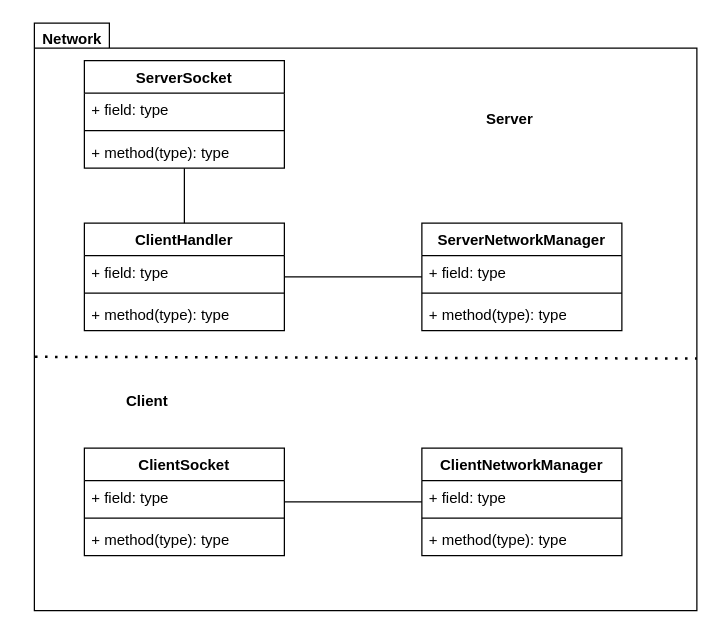
EliaDallanoce432/IS24-LB08 keeps this draw.io diagram as page "Network" (3 of 10) of Deliveries/UML.drawio. Above is the earlier version. Source tidied: cells renumbered, new cells numbered last; positions are measured from the earlier drawing's top-left corner, leaving out a move shared by most shapes. Both pictures are drawn from the tidied source at 125%, with x=0, y=0 at pixel (21, 22).
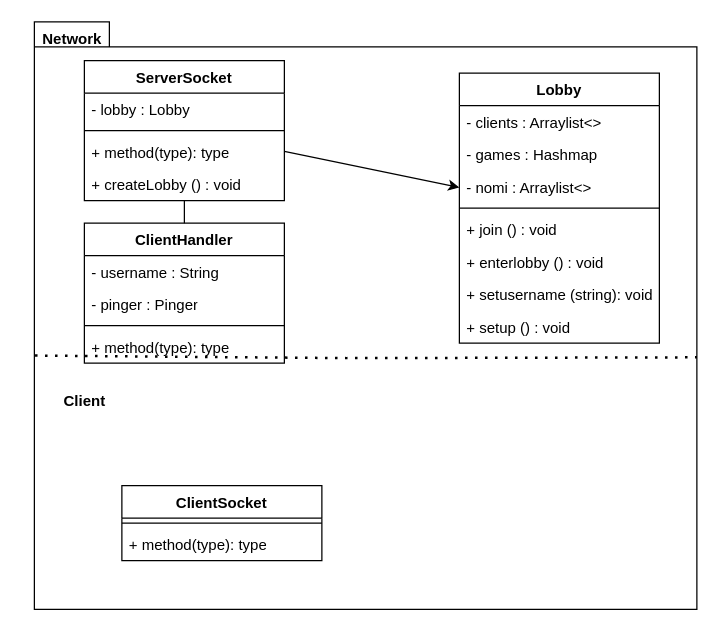
The same page after the edit.

Diff of the diagram source:
```diff
@@
     <mxCell id="2" style="shape=folder;fontStyle=1;spacingTop=10;tabWidth=60;tabHeight=20;tabPosition=left;html=1;whiteSpace=wrap;" parent="1" vertex="1">
-      <mxGeometry x="10" width="530" height="470" as="geometry" />
+      <mxGeometry x="10" y="-1" width="530" height="470" as="geometry" />
     </mxCell>
     <mxCell id="3" value="ServerSocket" style="swimlane;fontStyle=1;align=center;verticalAlign=top;horizontal=1;startSize=26;whiteSpace=wrap;html=1;" parent="1" vertex="1">
-      <mxGeometry x="50" y="30" width="160" height="86" as="geometry" />
+      <mxGeometry x="50" y="30" width="160" height="112" as="geometry" />
     </mxCell>
-    <mxCell id="4" value="+ field: type" style="text;strokeColor=none;fillColor=none;align=left;verticalAlign=top;spacingLeft=4;spacingRight=4;overflow=hidden;whiteSpace=wrap;html=1;" parent="3" vertex="1">
+    <mxCell id="4" value="- lobby : Lobby&amp;nbsp;" style="text;strokeColor=none;fillColor=none;align=left;verticalAlign=top;spacingLeft=4;spacingRight=4;overflow=hidden;whiteSpace=wrap;html=1;" parent="3" vertex="1">
       <mxGeometry y="26" width="160" height="26" as="geometry" />
     </mxCell>
@@
+    <mxCell id="30" value="+ createLobby () : void" style="text;strokeColor=none;fillColor=none;align=left;verticalAlign=top;spacingLeft=4;spacingRight=4;overflow=hidden;whiteSpace=wrap;html=1;" parent="3" vertex="1">
+      <mxGeometry y="86" width="160" height="26" as="geometry" />
+    </mxCell>
     <mxCell id="7" value="ClientHandler&lt;div&gt;&lt;br&gt;&lt;/div&gt;" style="swimlane;fontStyle=1;align=center;verticalAlign=top;horizontal=1;startSize=26;whiteSpace=wrap;html=1;" parent="1" vertex="1">
-      <mxGeometry x="50" y="160" width="160" height="86" as="geometry" />
+      <mxGeometry x="50" y="160" width="160" height="112" as="geometry" />
     </mxCell>
-    <mxCell id="8" value="+ field: type" style="text;strokeColor=none;fillColor=none;align=left;verticalAlign=top;spacingLeft=4;spacingRight=4;overflow=hidden;whiteSpace=wrap;html=1;" parent="7" vertex="1">
+    <mxCell id="8" value="- username : String" style="text;strokeColor=none;fillColor=none;align=left;verticalAlign=top;spacingLeft=4;spacingRight=4;overflow=hidden;whiteSpace=wrap;html=1;" parent="7" vertex="1">
       <mxGeometry y="26" width="160" height="26" as="geometry" />
     </mxCell>
+    <mxCell id="31" value="- pinger : Pinger" style="text;strokeColor=none;fillColor=none;align=left;verticalAlign=top;spacingLeft=4;spacingRight=4;overflow=hidden;whiteSpace=wrap;html=1;" parent="7" vertex="1">
+      <mxGeometry y="52" width="160" height="26" as="geometry" />
+    </mxCell>
     <mxCell id="9" style="line;strokeWidth=1;fillColor=none;align=left;verticalAlign=middle;spacingTop=-1;spacingLeft=3;spacingRight=3;labelPosition=right;strokeColor=inherit;" parent="7" vertex="1">
-      <mxGeometry y="52" width="160" height="8" as="geometry" />
+      <mxGeometry y="78" width="160" height="8" as="geometry" />
     </mxCell>
     <mxCell id="10" value="+ method(type): type" style="text;strokeColor=none;fillColor=none;align=left;verticalAlign=top;spacingLeft=4;spacingRight=4;overflow=hidden;whiteSpace=wrap;html=1;" parent="7" vertex="1">
-      <mxGeometry y="60" width="160" height="26" as="geometry" />
+      <mxGeometry y="86" width="160" height="26" as="geometry" />
     </mxCell>
-    <mxCell id="11" value="ServerNetworkManager" style="swimlane;fontStyle=1;align=center;verticalAlign=top;horizontal=1;startSize=26;whiteSpace=wrap;html=1;" parent="1" vertex="1">
-      <mxGeometry x="320" y="160" width="160" height="86" as="geometry" />
-    </mxCell>
-    <mxCell id="12" value="+ field: type" style="text;strokeColor=none;fillColor=none;align=left;verticalAlign=top;spacingLeft=4;spacingRight=4;overflow=hidden;whiteSpace=wrap;html=1;" parent="11" vertex="1">
-      <mxGeometry y="26" width="160" height="26" as="geometry" />
-    </mxCell>
-    <mxCell id="13" style="line;strokeWidth=1;fillColor=none;align=left;verticalAlign=middle;spacingTop=-1;spacingLeft=3;spacingRight=3;labelPosition=right;strokeColor=inherit;" parent="11" vertex="1">
-      <mxGeometry y="52" width="160" height="8" as="geometry" />
-    </mxCell>
-    <mxCell id="14" value="+ method(type): type" style="text;strokeColor=none;fillColor=none;align=left;verticalAlign=top;spacingLeft=4;spacingRight=4;overflow=hidden;whiteSpace=wrap;html=1;" parent="11" vertex="1">
-      <mxGeometry y="60" width="160" height="26" as="geometry" />
-    </mxCell>
-    <mxCell id="15" value="ClientNetworkManager" style="swimlane;fontStyle=1;align=center;verticalAlign=top;horizontal=1;startSize=26;whiteSpace=wrap;html=1;" parent="1" vertex="1">
-      <mxGeometry x="320" y="340" width="160" height="86" as="geometry" />
-    </mxCell>
-    <mxCell id="16" value="+ field: type" style="text;strokeColor=none;fillColor=none;align=left;verticalAlign=top;spacingLeft=4;spacingRight=4;overflow=hidden;whiteSpace=wrap;html=1;" parent="15" vertex="1">
-      <mxGeometry y="26" width="160" height="26" as="geometry" />
-    </mxCell>
-    <mxCell id="17" style="line;strokeWidth=1;fillColor=none;align=left;verticalAlign=middle;spacingTop=-1;spacingLeft=3;spacingRight=3;labelPosition=right;strokeColor=inherit;" parent="15" vertex="1">
-      <mxGeometry y="52" width="160" height="8" as="geometry" />
-    </mxCell>
-    <mxCell id="18" value="+ method(type): type" style="text;strokeColor=none;fillColor=none;align=left;verticalAlign=top;spacingLeft=4;spacingRight=4;overflow=hidden;whiteSpace=wrap;html=1;" parent="15" vertex="1">
-      <mxGeometry y="60" width="160" height="26" as="geometry" />
-    </mxCell>
     <mxCell id="19" value="&lt;div&gt;ClientSocket&lt;/div&gt;" style="swimlane;fontStyle=1;align=center;verticalAlign=top;horizontal=1;startSize=26;whiteSpace=wrap;html=1;" parent="1" vertex="1">
-      <mxGeometry x="50" y="340" width="160" height="86" as="geometry" />
+      <mxGeometry x="80" y="370" width="160" height="60" as="geometry" />
     </mxCell>
-    <mxCell id="20" value="+ field: type" style="text;strokeColor=none;fillColor=none;align=left;verticalAlign=top;spacingLeft=4;spacingRight=4;overflow=hidden;whiteSpace=wrap;html=1;" parent="19" vertex="1">
-      <mxGeometry y="26" width="160" height="26" as="geometry" />
-    </mxCell>
     <mxCell id="21" style="line;strokeWidth=1;fillColor=none;align=left;verticalAlign=middle;spacingTop=-1;spacingLeft=3;spacingRight=3;labelPosition=right;strokeColor=inherit;" parent="19" vertex="1">
-      <mxGeometry y="52" width="160" height="8" as="geometry" />
+      <mxGeometry y="26" width="160" height="8" as="geometry" />
     </mxCell>
     <mxCell id="22" value="+ method(type): type" style="text;strokeColor=none;fillColor=none;align=left;verticalAlign=top;spacingLeft=4;spacingRight=4;overflow=hidden;whiteSpace=wrap;html=1;" parent="19" vertex="1">
-      <mxGeometry y="60" width="160" height="26" as="geometry" />
+      <mxGeometry y="34" width="160" height="26" as="geometry" />
     </mxCell>
@@
-    <mxCell id="24" style="endArrow=none;html=1;edgeStyle=orthogonalEdgeStyle;rounded=0;" parent="1" edge="1" source="7" target="11">
-      <mxGeometry relative="1" as="geometry" />
-    </mxCell>
-    <mxCell id="25" style="endArrow=none;html=1;edgeStyle=orthogonalEdgeStyle;rounded=0;" parent="1" edge="1" source="19" target="15">
-      <mxGeometry relative="1" as="geometry" />
-    </mxCell>
     <mxCell id="26" style="endArrow=none;dashed=1;html=1;dashPattern=1 3;strokeWidth=2;rounded=0;exitX=0.001;exitY=0.568;exitDx=0;exitDy=0;exitPerimeter=0;entryX=1;entryY=0.571;entryDx=0;entryDy=0;entryPerimeter=0;" parent="1" edge="1" source="2" target="2">
-      <mxGeometry relative="1" as="geometry" />
+      <mxGeometry relative="1" as="geometry">
+        <Array as="points">
+          <mxPoint x="260" y="268" />
+        </Array>
+      </mxGeometry>
     </mxCell>
     <mxCell id="27" value="Client" style="text;align=center;fontStyle=1;verticalAlign=middle;spacingLeft=3;spacingRight=3;strokeColor=none;html=1;" parent="1" vertex="1">
-      <mxGeometry x="60" y="290" width="80" height="26" as="geometry" />
+      <mxGeometry x="10" y="290" width="80" height="26" as="geometry" />
     </mxCell>
-    <mxCell id="28" value="Server" style="text;align=center;fontStyle=1;verticalAlign=middle;spacingLeft=3;spacingRight=3;strokeColor=none;html=1;" parent="1" vertex="1">
-      <mxGeometry x="350" y="64" width="80" height="26" as="geometry" />
-    </mxCell>
@@
+    <mxCell id="32" value="Lobby" style="swimlane;fontStyle=1;align=center;verticalAlign=top;horizontal=1;startSize=26;whiteSpace=wrap;html=1;" parent="1" vertex="1">
+      <mxGeometry x="350" y="40" width="160" height="216" as="geometry" />
+    </mxCell>
+    <mxCell id="33" value="- clients : Arraylist&amp;lt;&amp;gt;" style="text;strokeColor=none;fillColor=none;align=left;verticalAlign=top;spacingLeft=4;spacingRight=4;overflow=hidden;whiteSpace=wrap;html=1;" parent="32" vertex="1">
+      <mxGeometry y="26" width="160" height="26" as="geometry" />
+    </mxCell>
+    <mxCell id="34" value="- games : Hashmap" style="text;strokeColor=none;fillColor=none;align=left;verticalAlign=top;spacingLeft=4;spacingRight=4;overflow=hidden;whiteSpace=wrap;html=1;" parent="32" vertex="1">
+      <mxGeometry y="52" width="160" height="26" as="geometry" />
+    </mxCell>
+    <mxCell id="35" value="- nomi : Arraylist&amp;lt;&amp;gt;" style="text;strokeColor=none;fillColor=none;align=left;verticalAlign=top;spacingLeft=4;spacingRight=4;overflow=hidden;whiteSpace=wrap;html=1;" parent="32" vertex="1">
+      <mxGeometry y="78" width="160" height="26" as="geometry" />
+    </mxCell>
+    <mxCell id="36" style="line;strokeWidth=1;fillColor=none;align=left;verticalAlign=middle;spacingTop=-1;spacingLeft=3;spacingRight=3;labelPosition=right;strokeColor=inherit;" parent="32" vertex="1">
+      <mxGeometry y="104" width="160" height="8" as="geometry" />
+    </mxCell>
+    <mxCell id="37" value="+ join () : void" style="text;strokeColor=none;fillColor=none;align=left;verticalAlign=top;spacingLeft=4;spacingRight=4;overflow=hidden;whiteSpace=wrap;html=1;" parent="32" vertex="1">
+      <mxGeometry y="112" width="160" height="26" as="geometry" />
+    </mxCell>
+    <mxCell id="38" value="+ enterlobby () : void" style="text;strokeColor=none;fillColor=none;align=left;verticalAlign=top;spacingLeft=4;spacingRight=4;overflow=hidden;whiteSpace=wrap;html=1;" parent="32" vertex="1">
+      <mxGeometry y="138" width="160" height="26" as="geometry" />
+    </mxCell>
+    <mxCell id="39" value="+ setusername (string): void" style="text;strokeColor=none;fillColor=none;align=left;verticalAlign=top;spacingLeft=4;spacingRight=4;overflow=hidden;whiteSpace=wrap;html=1;" parent="32" vertex="1">
+      <mxGeometry y="164" width="160" height="26" as="geometry" />
+    </mxCell>
+    <mxCell id="40" value="+ setup () : void" style="text;strokeColor=none;fillColor=none;align=left;verticalAlign=top;spacingLeft=4;spacingRight=4;overflow=hidden;whiteSpace=wrap;html=1;" parent="32" vertex="1">
+      <mxGeometry y="190" width="160" height="26" as="geometry" />
+    </mxCell>
+    <mxCell id="41" style="endArrow=classic;html=1;rounded=0;" parent="1" edge="1" source="3" target="32">
+      <mxGeometry relative="1" as="geometry" />
+    </mxCell>
```
